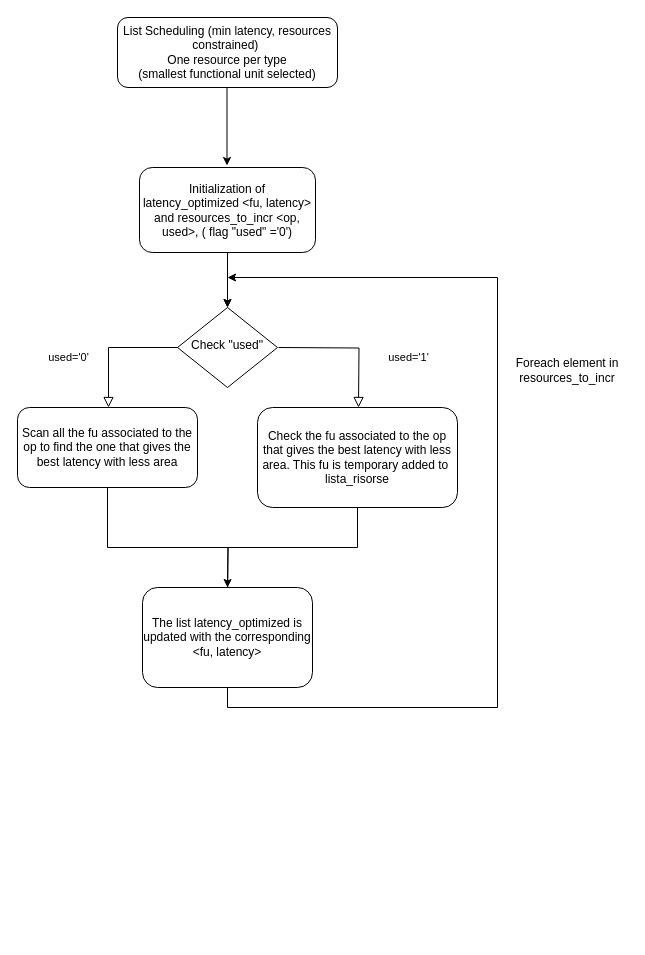
Before: Untitled Diagram.drawio in steno97/HLS, a draw.io diagram. Source tidied: cells renumbered, new cells numbered last; positions are measured from the earlier drawing's top-left corner, leaving out a move shared by most shapes. Both pictures are drawn from the tidied source at 100%, with x=0, y=0 at pixel (17, 17).
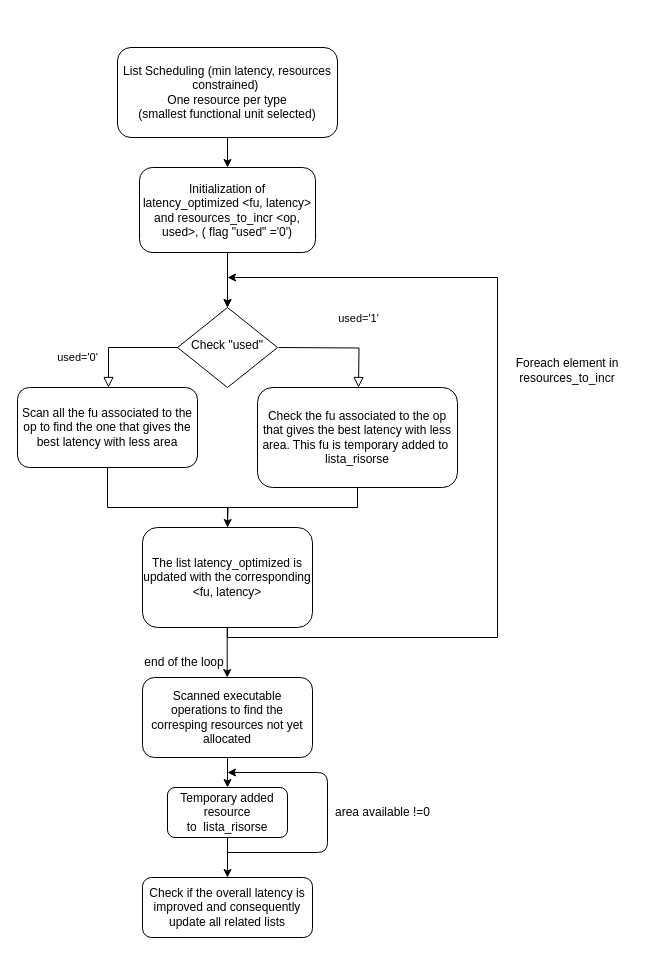
After the change.

Unchanged cells that the change refers to:
```xml
<mxCell id="7" value="Initialization of latency_optimized &amp;lt;fu, latency&amp;gt; and resources_to_incr &amp;lt;op, used&amp;gt;, ( flag &quot;used&quot; ='0')" style="rounded=1;whiteSpace=wrap;html=1;" parent="1" vertex="1">
  <mxGeometry x="122" y="150" width="176" height="85" as="geometry" />
</mxCell>
```

The edit, as a diff of the source:
```diff
@@
+    <mxCell id="17" style="edgeStyle=orthogonalEdgeStyle;rounded=0;jettySize=auto;html=1;" parent="1" edge="1" source="2" target="7">
+      <mxGeometry relative="1" as="geometry" />
+    </mxCell>
     <mxCell id="2" value="List Scheduling (min latency, resources constrained)&amp;nbsp;&lt;br&gt;One resource per type &lt;br&gt;(smallest functional unit selected)" style="rounded=1;whiteSpace=wrap;html=1;fontSize=12;glass=0;strokeWidth=1;shadow=0;" parent="1" vertex="1">
-      <mxGeometry x="100" width="220" height="70" as="geometry" />
+      <mxGeometry x="100" y="30" width="220" height="90" as="geometry" />
     </mxCell>
     <mxCell id="3" value="used='0'" style="rounded=0;html=1;jettySize=auto;orthogonalLoop=1;fontSize=11;endArrow=block;endFill=0;endSize=8;strokeWidth=1;shadow=0;labelBackgroundColor=none;edgeStyle=orthogonalEdgeStyle;" parent="1" edge="1">
-      <mxGeometry x="0.23" y="-40" relative="1" as="geometry">
+      <mxGeometry x="0.45" y="-31" relative="1" as="geometry">
         <mxPoint x="161" y="330" as="sourcePoint" />
-        <mxPoint x="91" y="390" as="targetPoint" />
+        <mxPoint x="91" y="370" as="targetPoint" />
         <Array as="points">
           <mxPoint x="91" y="330" />
         </Array>
       </mxGeometry>
     </mxCell>
@@
     <mxCell id="5" value="used='1'" style="rounded=0;html=1;jettySize=auto;orthogonalLoop=1;fontSize=11;endArrow=block;endFill=0;endSize=8;strokeWidth=1;shadow=0;labelBackgroundColor=none;edgeStyle=orthogonalEdgeStyle;" parent="1" edge="1">
-      <mxGeometry x="0.29" y="50" relative="1" as="geometry">
+      <mxGeometry x="0.33" y="29" relative="1" as="geometry">
         <mxPoint x="261" y="330" as="sourcePoint" />
-        <mxPoint x="341" y="390" as="targetPoint" />
+        <mxPoint x="341" y="370" as="targetPoint" />
       </mxGeometry>
     </mxCell>
@@
-    <mxCell id="8" style="endArrow=classic;html=1;" parent="1" edge="1">
-      <mxGeometry relative="1" as="geometry">
-        <mxPoint x="209.5" y="70" as="sourcePoint" />
-        <mxPoint x="209.5" y="148" as="targetPoint" />
-      </mxGeometry>
-    </mxCell>
@@
     <mxCell id="10" style="edgeStyle=orthogonalEdgeStyle;rounded=0;jettySize=auto;html=1;exitX=0.5;exitY=1;exitDx=0;exitDy=0;" parent="1" edge="1" source="11">
       <mxGeometry relative="1" as="geometry">
         <mxPoint x="210" y="590" as="targetPoint" />
+        <Array as="points">
+          <mxPoint x="90" y="490" />
+          <mxPoint x="210" y="490" />
+        </Array>
       </mxGeometry>
     </mxCell>
     <mxCell id="11" value="Scan all the fu associated to the op to find the one that gives the best latency with less area" style="rounded=1;whiteSpace=wrap;html=1;fontSize=12;glass=0;strokeWidth=1;shadow=0;" parent="1" vertex="1">
-      <mxGeometry y="390" width="180" height="80" as="geometry" />
+      <mxGeometry y="370" width="180" height="80" as="geometry" />
     </mxCell>
     <mxCell id="12" style="edgeStyle=orthogonalEdgeStyle;rounded=0;jettySize=auto;html=1;exitX=0.5;exitY=1;exitDx=0;exitDy=0;" parent="1" edge="1" source="13">
       <mxGeometry relative="1" as="geometry">
         <mxPoint x="210" y="260" as="targetPoint" />
         <Array as="points">
-          <mxPoint x="210" y="690" />
-          <mxPoint x="480" y="690" />
+          <mxPoint x="210" y="620" />
+          <mxPoint x="480" y="620" />
           <mxPoint x="480" y="260" />
         </Array>
       </mxGeometry>
     </mxCell>
     <mxCell id="13" value="The list latency_optimized is updated with the corresponding &amp;lt;fu, latency&amp;gt;" style="whiteSpace=wrap;html=1;rounded=1;shadow=0;strokeWidth=1;glass=0;" parent="1" vertex="1">
-      <mxGeometry x="125" y="570" width="170" height="100" as="geometry" />
+      <mxGeometry x="125" y="510" width="170" height="100" as="geometry" />
     </mxCell>
     <mxCell id="14" style="edgeStyle=orthogonalEdgeStyle;rounded=0;jettySize=auto;html=1;exitX=0.5;exitY=1;exitDx=0;exitDy=0;" parent="1" edge="1" source="15">
       <mxGeometry relative="1" as="geometry">
-        <mxPoint x="210" y="570" as="targetPoint" />
+        <mxPoint x="210" y="510" as="targetPoint" />
       </mxGeometry>
     </mxCell>
     <mxCell id="15" value="Check the fu associated to the op that gives the best latency with less area. This fu is temporary added to&amp;nbsp; lista_risorse" style="rounded=1;whiteSpace=wrap;html=1;" parent="1" vertex="1">
-      <mxGeometry x="240" y="390" width="200" height="100" as="geometry" />
+      <mxGeometry x="240" y="370" width="200" height="100" as="geometry" />
     </mxCell>
@@
+    <mxCell id="18" style="endArrow=classic;html=1;" parent="1" edge="1">
+      <mxGeometry relative="1" as="geometry">
+        <mxPoint x="209.7" y="610" as="sourcePoint" />
+        <mxPoint x="209.7" y="660" as="targetPoint" />
+      </mxGeometry>
+    </mxCell>
+    <mxCell id="19" style="edgeStyle=orthogonalEdgeStyle;rounded=0;jettySize=auto;html=1;" parent="1" edge="1" source="20" target="23">
+      <mxGeometry relative="1" as="geometry" />
+    </mxCell>
+    <mxCell id="20" value="Scanned executable operations to find the corresping resources not yet allocated" style="rounded=1;whiteSpace=wrap;html=1;" parent="1" vertex="1">
+      <mxGeometry x="125" y="660" width="170" height="80" as="geometry" />
+    </mxCell>
+    <mxCell id="21" value="end of the loop" style="text;html=1;strokeColor=none;fillColor=none;align=center;verticalAlign=middle;whiteSpace=wrap;rounded=0;" parent="1" vertex="1">
+      <mxGeometry x="122" y="635" width="90" height="20" as="geometry" />
+    </mxCell>
+    <mxCell id="22" style="edgeStyle=orthogonalEdgeStyle;rounded=0;jettySize=auto;html=1;" parent="1" edge="1" source="23" target="25">
+      <mxGeometry relative="1" as="geometry" />
+    </mxCell>
+    <mxCell id="23" value="Temporary added resource&lt;br&gt;&amp;nbsp;to&amp;nbsp; lista_risorse&amp;nbsp;" style="rounded=1;whiteSpace=wrap;html=1;" parent="1" vertex="1">
+      <mxGeometry x="150" y="770" width="120" height="50" as="geometry" />
+    </mxCell>
+    <mxCell id="24" value="area available !=0" style="text;html=1;align=center;verticalAlign=middle;strokeColor=none;" parent="1" vertex="1">
+      <mxGeometry x="310" y="785" width="110" height="20" as="geometry" />
+    </mxCell>
+    <mxCell id="25" value="Check if the overall latency is improved and consequently update all related lists" style="rounded=1;whiteSpace=wrap;html=1;" parent="1" vertex="1">
+      <mxGeometry x="125" y="860" width="170" height="60" as="geometry" />
+    </mxCell>
+    <mxCell id="26" style="endArrow=classic;html=1;" parent="1" edge="1">
+      <mxGeometry relative="1" as="geometry">
+        <mxPoint x="210" y="835" as="sourcePoint" />
+        <mxPoint x="210" y="755" as="targetPoint" />
+        <Array as="points">
+          <mxPoint x="310" y="835" />
+          <mxPoint x="310" y="755" />
+        </Array>
+      </mxGeometry>
+    </mxCell>
```
